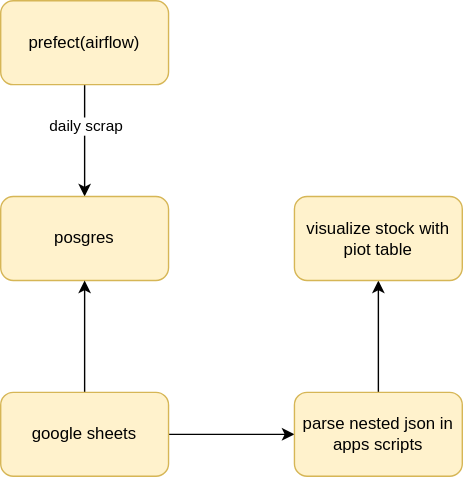
The draw.io diagram diagram.drawio.svg in cubbK/gmt_availability_scrap_prefect, before a commit. Source tidied: cells renumbered, new cells last; positions are measured from the earlier drawing's top-left corner, leaving out a move shared by most shapes.
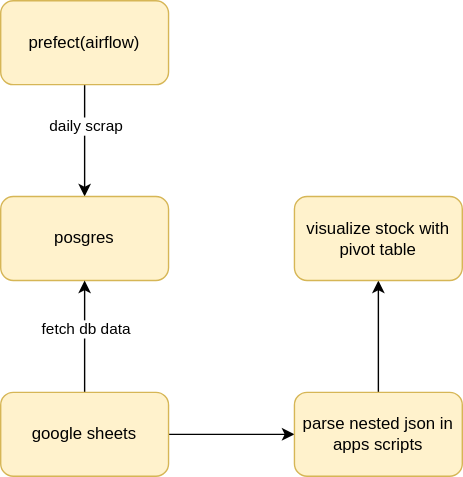
Later version of the same file.

Commit message:
Update diagram SVG to enhance clarity and correct text labels

Diff of the diagram source:
```diff
@@ -17,6 +17,9 @@
     <mxCell id="6" style="edgeStyle=none;html=1;entryX=0.5;entryY=1;entryDx=0;entryDy=0;" parent="1" edge="1" source="8" target="5">
       <mxGeometry relative="1" as="geometry" />
     </mxCell>
+    <mxCell id="12" value="fetch db data" style="edgeLabel;html=1;align=center;verticalAlign=middle;" parent="6" vertex="1">
+      <mxGeometry x="0.14" relative="1" as="geometry" />
+    </mxCell>
     <mxCell id="7" style="edgeStyle=none;html=1;entryX=0;entryY=0.5;entryDx=0;entryDy=0;" parent="1" edge="1" source="8" target="10">
       <mxGeometry relative="1" as="geometry" />
     </mxCell>
@@ -29,7 +32,7 @@
     <mxCell id="10" value="parse nested json in apps scripts" style="rounded=1;whiteSpace=wrap;html=1;fillColor=#fff2cc;strokeColor=#d6b656;" parent="1" vertex="1">
       <mxGeometry x="210" y="280" width="120" height="60" as="geometry" />
     </mxCell>
-    <mxCell id="11" value="visualize stock with piot table" style="rounded=1;whiteSpace=wrap;html=1;fillColor=#fff2cc;strokeColor=#d6b656;" parent="1" vertex="1">
+    <mxCell id="11" value="visualize stock with pivot table" style="rounded=1;whiteSpace=wrap;html=1;fillColor=#fff2cc;strokeColor=#d6b656;" parent="1" vertex="1">
       <mxGeometry x="210" y="140" width="120" height="60" as="geometry" />
     </mxCell>
   </root>
```
